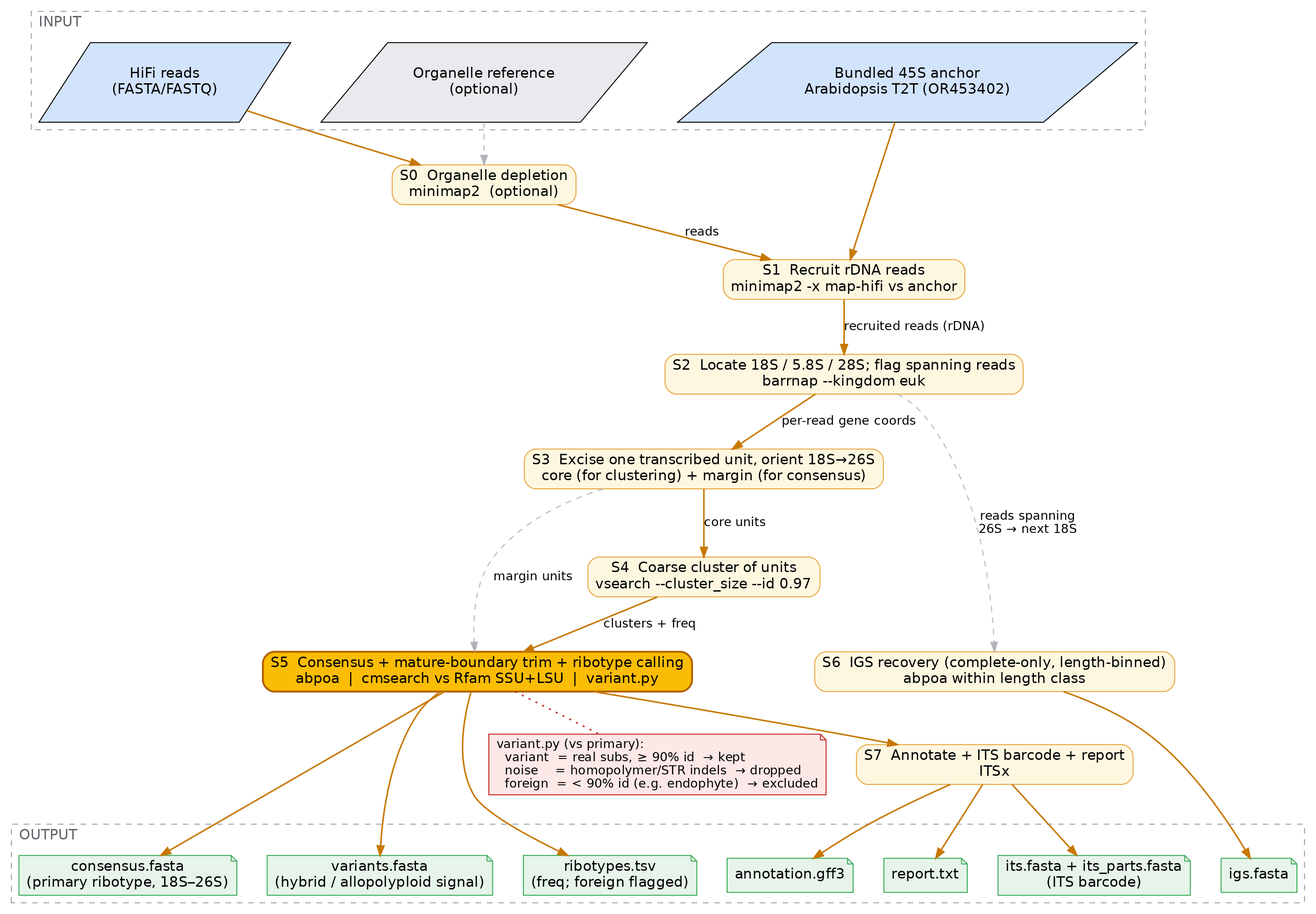
Earlier version of the Graphviz export docs/pipeline.png (maidinhvn/easy45). Its source is kept beside it as docs/pipeline.dot. The source it was exported from:
```dot
digraph easy45 {
  rankdir=TB;
  bgcolor="white";
  graph [fontname="Helvetica", fontsize=17, nodesep=0.45, ranksep=0.6];
  node  [fontname="Helvetica", fontsize=15];
  edge  [fontname="Helvetica", fontsize=13, color="#c77800", penwidth=1.6];

  /* ---------- inputs ---------- */
  subgraph cluster_inputs {
    label="INPUT"; labeljust="l"; style="dashed"; color="#9aa0a6"; fontsize=15; fontcolor="#5f6368";
    reads  [label="HiFi reads\n(FASTA/FASTQ)", shape=parallelogram, style=filled, fillcolor="#d2e3fc"];
    anchor [label="Bundled 45S anchor\nArabidopsis T2T (OR453402)", shape=parallelogram, style=filled, fillcolor="#d2e3fc"];
    orgref [label="Organelle reference\n(optional)", shape=parallelogram, style=filled, fillcolor="#e8eaed"];
  }

  /* ---------- pipeline stages ---------- */
  node [shape=box, style="rounded,filled", fillcolor="#fef7e0", color="#e8a33d"];
  s0 [label="S0  Organelle depletion\nminimap2  (optional)"];
  s1 [label="S1  Recruit rDNA reads\nminimap2 -x map-hifi vs anchor"];
  s2 [label="S2  Locate 18S / 5.8S / 28S; flag spanning reads\nbarrnap --kingdom euk"];
  s3 [label="S3  Excise one transcribed unit, orient 18S→26S\ncore (for clustering) + margin (for consensus)"];
  s4 [label="S4  Coarse cluster of units\nvsearch --cluster_size --id 0.97"];
  s5 [label="S5  Consensus + mature-boundary trim + ribotype calling\nabpoa  |  cmsearch vs Rfam SSU+LSU  |  variant.py",
      fillcolor="#fbbc04", color="#b06000", penwidth=2.0];
  s6 [label="S6  IGS recovery (complete-only, length-binned)\nabpoa within length class"];
  s7 [label="S7  Annotate + ITS barcode + report\nITSx"];

  /* ---------- main flow ---------- */
  reads  -> s0;
  orgref -> s0 [style=dashed, color="#b0b3b8", penwidth=1.0];
  s0 -> s1 [label="reads"];
  anchor -> s1;
  s1 -> s2 [label="recruited reads (rDNA)"];
  s2 -> s3 [label="per-read gene coords"];
  s3 -> s4 [label="core units"];
  s3 -> s5 [label="margin units", style=dashed, color="#b0b3b8", penwidth=1.0];
  s4 -> s5 [label="clusters + freq"];
  s2 -> s6 [label="reads spanning\n26S → next 18S", style=dashed, color="#b0b3b8", penwidth=1.0];
  s5 -> s7;
  s6 -> s7 [style=invis];   // layout only

  /* ---------- ribotype classification note (the scientific core) ---------- */
  vclass [shape=note, style=filled, fillcolor="#fce8e6", color="#c5221f", fontsize=13,
          label="variant.py (vs primary):\l  variant  = real subs, ≥ 90% id  → kept\l  noise    = homopolymer/STR indels  → dropped\l  foreign  = < 90% id (e.g. endophyte)  → excluded\l"];
  s5 -> vclass [style=dotted, arrowhead=none, color="#c5221f"];

  /* ---------- outputs ---------- */
  subgraph cluster_outputs {
    label="OUTPUT"; labeljust="l"; style="dashed"; color="#9aa0a6"; fontsize=15; fontcolor="#5f6368";
    node [shape=note, style=filled, fillcolor="#e6f4ea", color="#34a853"];
    o_cons [label="consensus.fasta\n(primary ribotype, 18S–26S)"];
    o_var  [label="variants.fasta\n(hybrid / allopolyploid signal)"];
    o_its  [label="its.fasta + its_parts.fasta\n(ITS barcode)"];
    o_igs  [label="igs.fasta"];
    o_gff  [label="annotation.gff3"];
    o_rib  [label="ribotypes.tsv\n(freq; foreign flagged)"];
    o_rep  [label="report.txt"];
  }

  s5 -> o_cons;
  s5 -> o_var;
  s5 -> o_rib;
  s6 -> o_igs;
  s7 -> o_its;
  s7 -> o_gff;
  s7 -> o_rep;
}
```
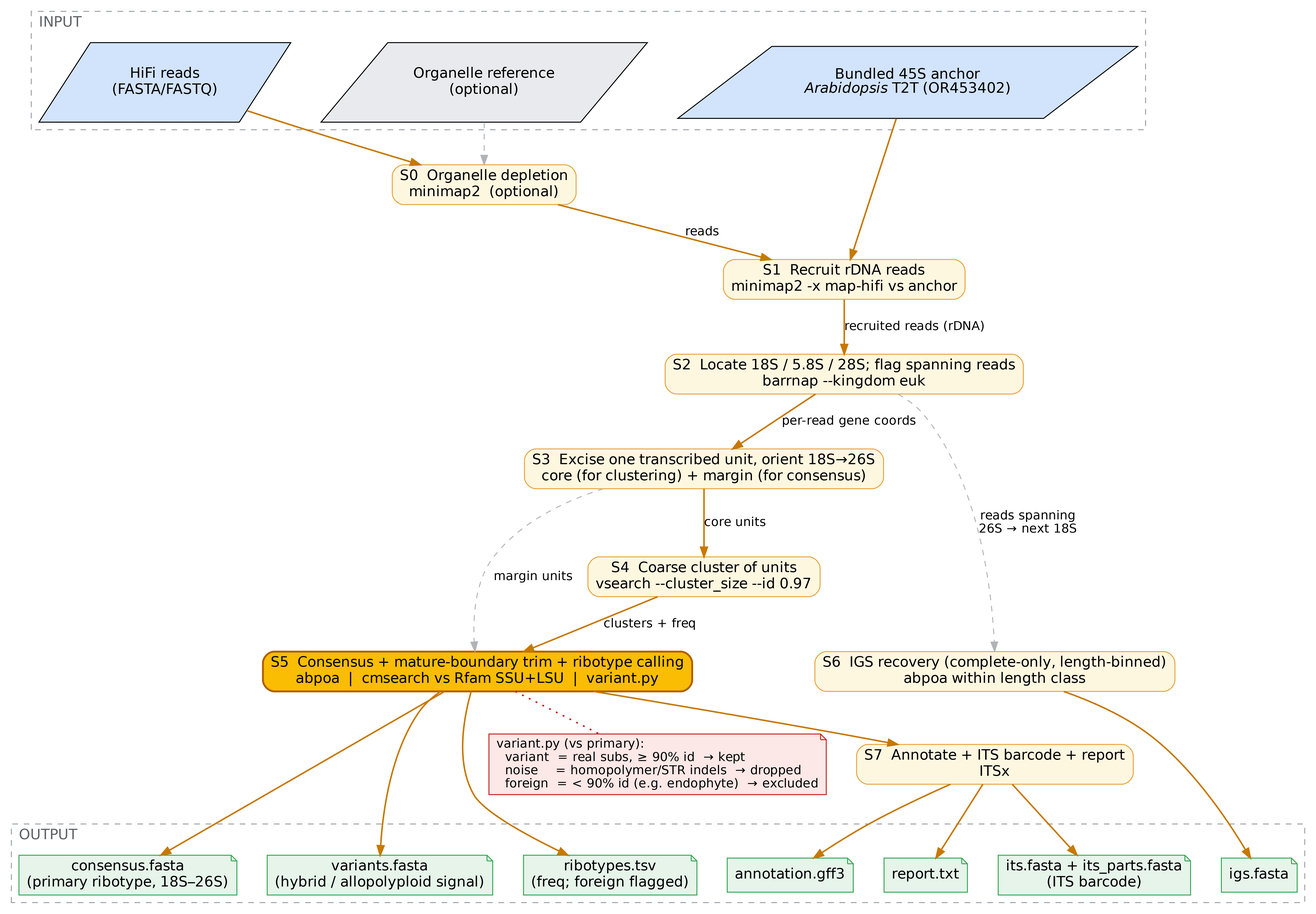
After the change.

The edit, as a diff of the source:
```diff
@@ -9,7 +9,7 @@
   subgraph cluster_inputs {
     label="INPUT"; labeljust="l"; style="dashed"; color="#9aa0a6"; fontsize=15; fontcolor="#5f6368";
     reads  [label="HiFi reads\n(FASTA/FASTQ)", shape=parallelogram, style=filled, fillcolor="#d2e3fc"];
-    anchor [label="Bundled 45S anchor\nArabidopsis T2T (OR453402)", shape=parallelogram, style=filled, fillcolor="#d2e3fc"];
+    anchor [label=<Bundled 45S anchor<BR/><I>Arabidopsis</I> T2T (OR453402)>, shape=parallelogram, style=filled, fillcolor="#d2e3fc"];
     orgref [label="Organelle reference\n(optional)", shape=parallelogram, style=filled, fillcolor="#e8eaed"];
   }
 
```
